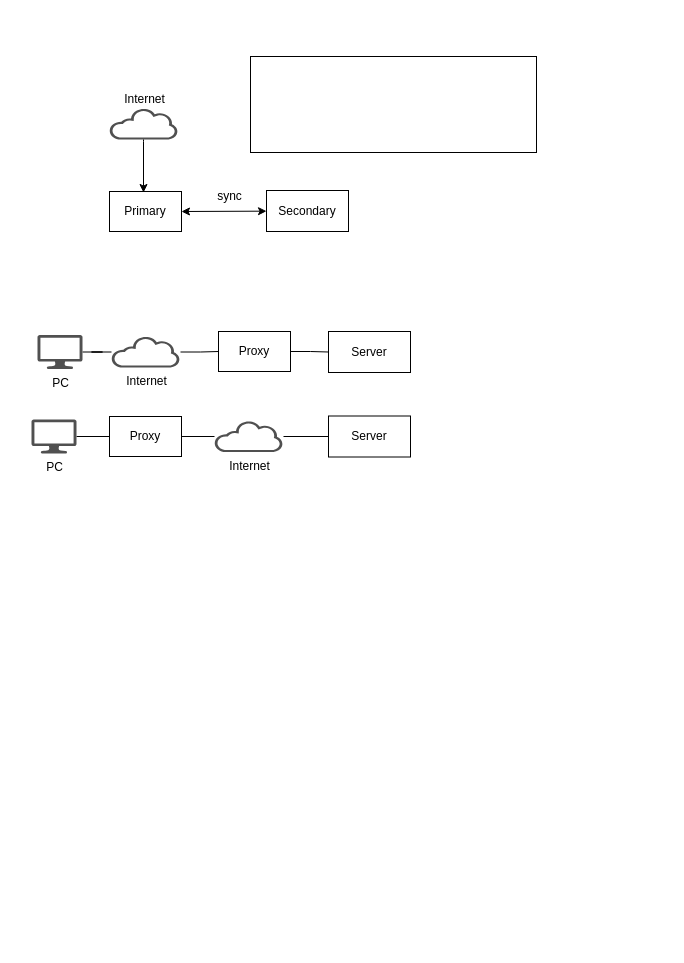
Above: 3wayhand.drawio in LILILI11/Diagram (draw.io), before the change. Source tidied: cells renumbered, new cells numbered last; positions are measured from the earlier drawing's top-left corner, leaving out a move shared by most shapes. Both pictures are drawn from the tidied source at 100%, with x=0, y=0 at pixel (31, 56).
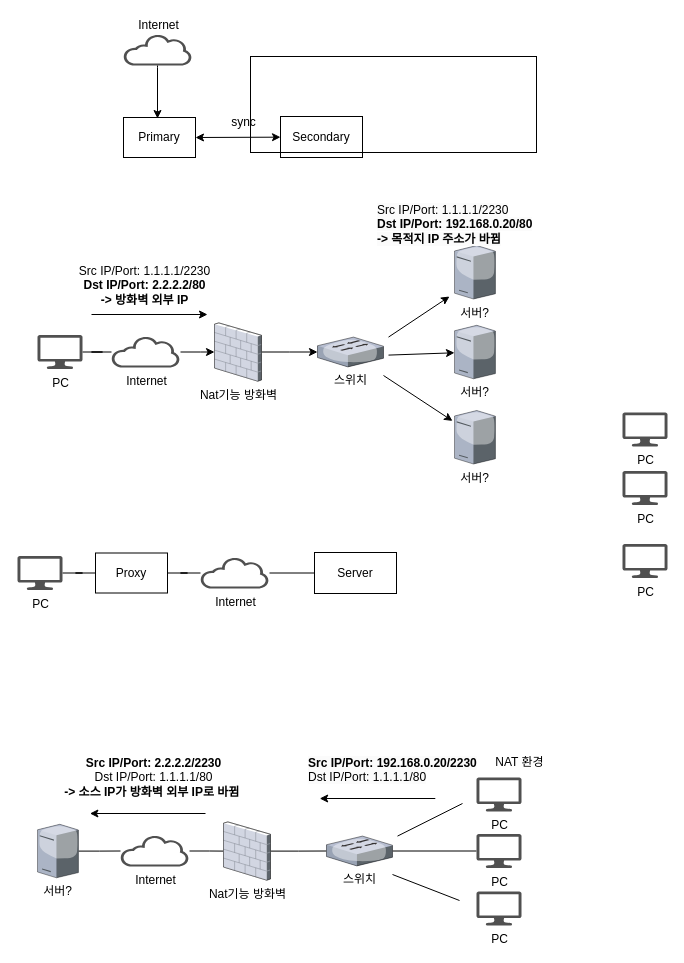
The same diagram, later.

The change refers to these unchanged cells:
```xml
<mxCell id="13" value="Internet" style="sketch=0;shadow=0;dashed=0;html=1;strokeColor=none;fillColor=#505050;labelPosition=center;verticalLabelPosition=bottom;outlineConnect=0;verticalAlign=top;align=center;shape=mxgraph.office.clouds.cloud;" parent="1" vertex="1">
  <mxGeometry x="80" y="280" width="69" height="31" as="geometry" />
</mxCell>
```

The edit, as a diff of the source:
```diff
@@
     <mxCell id="2" value="Primary" style="whiteSpace=wrap;html=1;" parent="1" vertex="1">
-      <mxGeometry x="78" y="135" width="72" height="40" as="geometry" />
+      <mxGeometry x="92" y="61" width="72" height="40" as="geometry" />
     </mxCell>
     <mxCell id="3" value="Secondary" style="whiteSpace=wrap;html=1;" parent="1" vertex="1">
-      <mxGeometry x="235" y="134" width="82" height="41" as="geometry" />
+      <mxGeometry x="249" y="60" width="82" height="41" as="geometry" />
     </mxCell>
@@
     <mxCell id="5" value="sync" style="text;html=1;align=center;verticalAlign=middle;strokeColor=none;fillColor=none;" parent="1" vertex="1">
-      <mxGeometry x="176" y="127" width="43" height="26" as="geometry" />
+      <mxGeometry x="190" y="53" width="43" height="26" as="geometry" />
     </mxCell>
     <mxCell id="6" value="Internet" style="sketch=0;shadow=0;dashed=0;html=1;strokeColor=none;fillColor=#505050;labelPosition=center;verticalLabelPosition=top;verticalAlign=bottom;align=center;shape=mxgraph.office.clouds.cloud;" parent="1" vertex="1">
-      <mxGeometry x="78" y="52" width="69" height="31" as="geometry" />
+      <mxGeometry x="92" y="-22" width="69" height="31" as="geometry" />
     </mxCell>
@@
     <mxCell id="8" style="endArrow=classic;html=1;rounded=0;" parent="1" edge="1">
       <mxGeometry relative="1" as="geometry">
-        <mxPoint x="112" y="83" as="sourcePoint" />
-        <mxPoint x="112" y="136" as="targetPoint" />
+        <mxPoint x="126" y="9" as="sourcePoint" />
+        <mxPoint x="126" y="62" as="targetPoint" />
         <Array as="points">
-          <mxPoint x="112" y="85" />
+          <mxPoint x="126" y="11" />
         </Array>
       </mxGeometry>
     </mxCell>
-    <mxCell id="9" style="edgeStyle=orthogonalEdgeStyle;rounded=0;jettySize=auto;html=1;endArrow=none;endFill=0;" parent="1" edge="1" source="10" target="11">
-      <mxGeometry relative="1" as="geometry" />
-    </mxCell>
-    <mxCell id="10" value="Proxy" style="whiteSpace=wrap;html=1;" parent="1" vertex="1">
-      <mxGeometry x="187" y="275" width="72" height="40" as="geometry" />
-    </mxCell>
-    <mxCell id="11" value="Server" style="whiteSpace=wrap;html=1;" parent="1" vertex="1">
-      <mxGeometry x="297" y="275" width="82" height="41" as="geometry" />
-    </mxCell>
-    <mxCell id="12" style="edgeStyle=orthogonalEdgeStyle;rounded=0;jettySize=auto;html=1;endArrow=none;endFill=0;" parent="1" edge="1" source="13" target="10">
-      <mxGeometry relative="1" as="geometry" />
-    </mxCell>
+    <mxCell id="23" style="edgeStyle=orthogonalEdgeStyle;rounded=0;jettySize=auto;html=1;" parent="1" edge="1" source="13" target="25">
+      <mxGeometry relative="1" as="geometry" />
+    </mxCell>
@@
     <mxCell id="15" value="Proxy" style="whiteSpace=wrap;html=1;" parent="1" vertex="1">
-      <mxGeometry x="78" y="360" width="72" height="40" as="geometry" />
+      <mxGeometry x="64" y="496.5" width="72" height="40" as="geometry" />
     </mxCell>
     <mxCell id="16" value="Server" style="whiteSpace=wrap;html=1;" parent="1" vertex="1">
-      <mxGeometry x="297" y="359.5" width="82" height="41" as="geometry" />
+      <mxGeometry x="283" y="496" width="82" height="41" as="geometry" />
     </mxCell>
@@
     <mxCell id="18" value="Internet" style="sketch=0;shadow=0;dashed=0;html=1;strokeColor=none;fillColor=#505050;labelPosition=center;verticalLabelPosition=bottom;outlineConnect=0;verticalAlign=top;align=center;shape=mxgraph.office.clouds.cloud;" parent="1" vertex="1">
-      <mxGeometry x="183" y="364.5" width="69" height="31" as="geometry" />
+      <mxGeometry x="169" y="501" width="69" height="31" as="geometry" />
     </mxCell>
@@
     <mxCell id="20" value="PC" style="sketch=0;shadow=0;dashed=0;html=1;strokeColor=none;fillColor=#505050;labelPosition=center;verticalLabelPosition=bottom;verticalAlign=top;outlineConnect=0;align=center;shape=mxgraph.office.devices.lcd_monitor;" parent="1" vertex="1">
-      <mxGeometry y="363" width="45" height="34" as="geometry" />
+      <mxGeometry x="-14" y="499.5" width="45" height="34" as="geometry" />
     </mxCell>
@@
+    <mxCell id="24" style="edgeStyle=orthogonalEdgeStyle;rounded=0;jettySize=auto;html=1;" parent="1" edge="1" source="25" target="26">
+      <mxGeometry relative="1" as="geometry" />
+    </mxCell>
+    <mxCell id="25" value="Nat기능 방화벽" style="verticalLabelPosition=bottom;sketch=0;html=1;verticalAlign=top;strokeColor=none;align=center;outlineConnect=0;shape=mxgraph.citrix.firewall;" parent="1" vertex="1">
+      <mxGeometry x="183" y="266.4" width="47" height="58.3" as="geometry" />
+    </mxCell>
+    <mxCell id="26" value="스위치" style="verticalLabelPosition=bottom;sketch=0;html=1;verticalAlign=top;strokeColor=none;align=center;outlineConnect=0;shape=mxgraph.citrix.switch;" parent="1" vertex="1">
+      <mxGeometry x="286" y="280.6" width="66" height="29.8" as="geometry" />
+    </mxCell>
+    <mxCell id="27" value="PC" style="sketch=0;shadow=0;dashed=0;html=1;strokeColor=none;fillColor=#505050;labelPosition=center;verticalLabelPosition=bottom;verticalAlign=top;align=center;shape=mxgraph.office.devices.lcd_monitor;" parent="1" vertex="1">
+      <mxGeometry x="591" y="414.5" width="45" height="34" as="geometry" />
+    </mxCell>
+    <mxCell id="28" value="PC" style="sketch=0;shadow=0;dashed=0;html=1;strokeColor=none;fillColor=#505050;labelPosition=center;verticalLabelPosition=bottom;verticalAlign=top;align=center;shape=mxgraph.office.devices.lcd_monitor;" parent="1" vertex="1">
+      <mxGeometry x="591" y="356" width="45" height="34" as="geometry" />
+    </mxCell>
+    <mxCell id="29" value="PC" style="sketch=0;shadow=0;dashed=0;html=1;strokeColor=none;fillColor=#505050;labelPosition=center;verticalLabelPosition=bottom;verticalAlign=top;align=center;shape=mxgraph.office.devices.lcd_monitor;" parent="1" vertex="1">
+      <mxGeometry x="591" y="487.5" width="45" height="34" as="geometry" />
+    </mxCell>
+    <mxCell id="30" value="서버?" style="verticalLabelPosition=bottom;sketch=0;html=1;verticalAlign=top;strokeColor=none;align=center;shape=mxgraph.citrix.tower_server;" parent="1" vertex="1">
+      <mxGeometry x="423" y="189" width="40.9" height="53.5" as="geometry" />
+    </mxCell>
+    <mxCell id="31" value="서버?" style="verticalLabelPosition=bottom;sketch=0;html=1;verticalAlign=top;strokeColor=none;align=center;outlineConnect=0;shape=mxgraph.citrix.tower_server;" parent="1" vertex="1">
+      <mxGeometry x="423" y="268.8" width="40.9" height="53.5" as="geometry" />
+    </mxCell>
+    <mxCell id="32" value="서버?" style="verticalLabelPosition=bottom;sketch=0;html=1;verticalAlign=top;strokeColor=none;align=center;shape=mxgraph.citrix.tower_server;" parent="1" vertex="1">
+      <mxGeometry x="423" y="354" width="40.9" height="53.5" as="geometry" />
+    </mxCell>
+    <mxCell id="33" style="endArrow=classic;html=1;rounded=0;" parent="1" edge="1">
+      <mxGeometry relative="1" as="geometry">
+        <mxPoint x="357" y="280.6" as="sourcePoint" />
+        <mxPoint x="418" y="240" as="targetPoint" />
+      </mxGeometry>
+    </mxCell>
+    <mxCell id="34" style="endArrow=classic;html=1;rounded=0;" parent="1" edge="1" target="31">
+      <mxGeometry relative="1" as="geometry">
+        <mxPoint x="357" y="298.6" as="sourcePoint" />
+      </mxGeometry>
+    </mxCell>
+    <mxCell id="35" style="endArrow=classic;html=1;rounded=0;" parent="1" edge="1">
+      <mxGeometry relative="1" as="geometry">
+        <mxPoint x="352" y="319" as="sourcePoint" />
+        <mxPoint x="421" y="364.4" as="targetPoint" />
+      </mxGeometry>
+    </mxCell>
+    <mxCell id="36" style="endArrow=classic;html=1;rounded=0;" parent="1" edge="1">
+      <mxGeometry relative="1" as="geometry">
+        <mxPoint x="60" y="258" as="sourcePoint" />
+        <mxPoint x="176" y="258" as="targetPoint" />
+      </mxGeometry>
+    </mxCell>
+    <mxCell id="37" value="Src IP/Port: 1.1.1.1/2230&lt;br&gt;&lt;b&gt;Dst IP/Port: 2.2.2.2/80&lt;br&gt;-&amp;gt; 방화벽 외부 IP&lt;/b&gt;" style="text;html=1;align=center;verticalAlign=middle;strokeColor=none;fillColor=none;" parent="1" vertex="1">
+      <mxGeometry x="38" y="201" width="149" height="55" as="geometry" />
+    </mxCell>
+    <mxCell id="38" value="&lt;span style=&quot;color: rgb(0, 0, 0); font-family: Helvetica; font-size: 12px; font-style: normal; font-variant-ligatures: normal; font-variant-caps: normal; font-weight: 400; letter-spacing: normal; orphans: 2; text-align: center; text-indent: 0px; text-transform: none; widows: 2; word-spacing: 0px; -webkit-text-stroke-width: 0px; background-color: rgb(251, 251, 251); text-decoration-thickness: initial; text-decoration-style: initial; text-decoration-color: initial; float: none; display: inline !important;&quot;&gt;Src IP/Port: 1.1.1.1/2230&lt;/span&gt;&lt;br style=&quot;border-color: var(--border-color); color: rgb(0, 0, 0); font-family: Helvetica; font-size: 12px; font-style: normal; font-variant-ligatures: normal; font-variant-caps: normal; font-weight: 400; letter-spacing: normal; orphans: 2; text-align: center; text-indent: 0px; text-transform: none; widows: 2; word-spacing: 0px; -webkit-text-stroke-width: 0px; background-color: rgb(251, 251, 251); text-decoration-thickness: initial; text-decoration-style: initial; text-decoration-color: initial;&quot;&gt;&lt;span style=&quot;color: rgb(0, 0, 0); font-family: Helvetica; font-size: 12px; font-style: normal; font-variant-ligatures: normal; font-variant-caps: normal; letter-spacing: normal; orphans: 2; text-align: center; text-indent: 0px; text-transform: none; widows: 2; word-spacing: 0px; -webkit-text-stroke-width: 0px; background-color: rgb(251, 251, 251); text-decoration-thickness: initial; text-decoration-style: initial; text-decoration-color: initial; float: none; display: inline !important;&quot;&gt;&lt;b&gt;Dst IP/Port: 192.168.0.20/80&lt;br&gt;-&amp;gt; 목적지 IP 주소가 바뀜&lt;/b&gt;&lt;br&gt;&lt;/span&gt;" style="text;whiteSpace=wrap;html=1;" parent="1" vertex="1">
+      <mxGeometry x="344" y="140" width="166" height="51" as="geometry" />
+    </mxCell>
+    <mxCell id="39" style="edgeStyle=orthogonalEdgeStyle;rounded=0;jettySize=auto;html=1;endArrow=none;endFill=0;" parent="1" edge="1" source="40" target="43">
+      <mxGeometry relative="1" as="geometry" />
+    </mxCell>
+    <mxCell id="40" value="Internet" style="sketch=0;shadow=0;dashed=0;html=1;strokeColor=none;fillColor=#505050;labelPosition=center;verticalLabelPosition=bottom;outlineConnect=0;verticalAlign=top;align=center;shape=mxgraph.office.clouds.cloud;" parent="1" vertex="1">
+      <mxGeometry x="89" y="779" width="69" height="31" as="geometry" />
+    </mxCell>
+    <mxCell id="41" value="PC" style="sketch=0;shadow=0;dashed=0;html=1;strokeColor=none;fillColor=#505050;labelPosition=center;verticalLabelPosition=bottom;verticalAlign=top;align=center;shape=mxgraph.office.devices.lcd_monitor;" parent="1" vertex="1">
+      <mxGeometry x="445" y="721" width="45" height="34" as="geometry" />
+    </mxCell>
+    <mxCell id="42" style="edgeStyle=orthogonalEdgeStyle;rounded=0;jettySize=auto;html=1;endArrow=none;endFill=0;" parent="1" edge="1" source="43" target="45">
+      <mxGeometry relative="1" as="geometry" />
+    </mxCell>
+    <mxCell id="43" value="Nat기능 방화벽" style="verticalLabelPosition=bottom;sketch=0;html=1;verticalAlign=top;strokeColor=none;align=center;outlineConnect=0;shape=mxgraph.citrix.firewall;" parent="1" vertex="1">
+      <mxGeometry x="192" y="765.4" width="47" height="58.3" as="geometry" />
+    </mxCell>
+    <mxCell id="44" style="edgeStyle=orthogonalEdgeStyle;rounded=0;jettySize=auto;html=1;endArrow=none;endFill=0;" parent="1" edge="1" source="45" target="54">
+      <mxGeometry relative="1" as="geometry" />
+    </mxCell>
+    <mxCell id="45" value="스위치" style="verticalLabelPosition=bottom;sketch=0;html=1;verticalAlign=top;strokeColor=none;align=center;outlineConnect=0;shape=mxgraph.citrix.switch;" parent="1" vertex="1">
+      <mxGeometry x="295" y="779.6" width="66" height="29.8" as="geometry" />
+    </mxCell>
+    <mxCell id="46" style="edgeStyle=orthogonalEdgeStyle;rounded=0;jettySize=auto;html=1;endArrow=none;endFill=0;" parent="1" edge="1" source="47" target="40">
+      <mxGeometry relative="1" as="geometry" />
+    </mxCell>
+    <mxCell id="47" value="서버?" style="verticalLabelPosition=bottom;sketch=0;html=1;verticalAlign=top;strokeColor=none;align=center;outlineConnect=0;shape=mxgraph.citrix.tower_server;" parent="1" vertex="1">
+      <mxGeometry x="6" y="767.8" width="40.9" height="53.5" as="geometry" />
+    </mxCell>
+    <mxCell id="48" style="endArrow=none;html=1;rounded=0;endFill=0;" parent="1" edge="1">
+      <mxGeometry relative="1" as="geometry">
+        <mxPoint x="366" y="779.6" as="sourcePoint" />
+        <mxPoint x="431" y="747" as="targetPoint" />
+      </mxGeometry>
+    </mxCell>
+    <mxCell id="49" style="endArrow=none;html=1;rounded=0;endFill=0;" parent="1" edge="1">
+      <mxGeometry relative="1" as="geometry">
+        <mxPoint x="361" y="818" as="sourcePoint" />
+        <mxPoint x="428" y="844" as="targetPoint" />
+      </mxGeometry>
+    </mxCell>
+    <mxCell id="50" style="endArrow=classic;html=1;rounded=0;" parent="1" edge="1">
+      <mxGeometry relative="1" as="geometry">
+        <mxPoint x="174" y="757" as="sourcePoint" />
+        <mxPoint x="58.4" y="757" as="targetPoint" />
+      </mxGeometry>
+    </mxCell>
+    <mxCell id="51" value="&lt;b&gt;Src IP/Port: 2.2.2.2/2230&lt;/b&gt;&lt;br style=&quot;border-color: var(--border-color);&quot;&gt;&lt;span style=&quot;border-color: var(--border-color);&quot;&gt;Dst IP/Port: 1.1.1.1/80&lt;br style=&quot;border-color: var(--border-color);&quot;&gt;&lt;b&gt;-&amp;gt; 소스 IP가 방화벽 외부 IP로 바뀜&amp;nbsp;&lt;/b&gt;&lt;/span&gt;" style="text;html=1;align=center;verticalAlign=middle;strokeColor=none;fillColor=none;" parent="1" vertex="1">
+      <mxGeometry x="18.9" y="693" width="207" height="55" as="geometry" />
+    </mxCell>
+    <mxCell id="52" value="&lt;span style=&quot;color: rgb(0, 0, 0); font-family: Helvetica; font-size: 12px; font-style: normal; font-variant-ligatures: normal; font-variant-caps: normal; letter-spacing: normal; orphans: 2; text-align: center; text-indent: 0px; text-transform: none; widows: 2; word-spacing: 0px; -webkit-text-stroke-width: 0px; background-color: rgb(251, 251, 251); text-decoration-thickness: initial; text-decoration-style: initial; text-decoration-color: initial; float: none; display: inline !important;&quot;&gt;&lt;b&gt;Src IP/Port: 192.168.0.20/2230&lt;/b&gt;&lt;/span&gt;&lt;br style=&quot;border-color: var(--border-color); color: rgb(0, 0, 0); font-family: Helvetica; font-size: 12px; font-style: normal; font-variant-ligatures: normal; font-variant-caps: normal; font-weight: 400; letter-spacing: normal; orphans: 2; text-align: center; text-indent: 0px; text-transform: none; widows: 2; word-spacing: 0px; -webkit-text-stroke-width: 0px; background-color: rgb(251, 251, 251); text-decoration-thickness: initial; text-decoration-style: initial; text-decoration-color: initial;&quot;&gt;&lt;span style=&quot;color: rgb(0, 0, 0); font-family: Helvetica; font-size: 12px; font-style: normal; font-variant-ligatures: normal; font-variant-caps: normal; letter-spacing: normal; orphans: 2; text-align: center; text-indent: 0px; text-transform: none; widows: 2; word-spacing: 0px; -webkit-text-stroke-width: 0px; background-color: rgb(251, 251, 251); text-decoration-thickness: initial; text-decoration-style: initial; text-decoration-color: initial; float: none; display: inline !important;&quot;&gt;Dst IP/Port: 1.1.1.1/80&lt;br&gt;&lt;/span&gt;" style="text;whiteSpace=wrap;html=1;" parent="1" vertex="1">
+      <mxGeometry x="275" y="693" width="174" height="51" as="geometry" />
+    </mxCell>
+    <mxCell id="53" value="PC" style="sketch=0;shadow=0;dashed=0;html=1;strokeColor=none;fillColor=#505050;labelPosition=center;verticalLabelPosition=bottom;verticalAlign=top;align=center;shape=mxgraph.office.devices.lcd_monitor;" parent="1" vertex="1">
+      <mxGeometry x="445" y="835" width="45" height="34" as="geometry" />
+    </mxCell>
+    <mxCell id="54" value="PC" style="sketch=0;shadow=0;dashed=0;html=1;strokeColor=none;fillColor=#505050;labelPosition=center;verticalLabelPosition=bottom;verticalAlign=top;outlineConnect=0;align=center;shape=mxgraph.office.devices.lcd_monitor;" parent="1" vertex="1">
+      <mxGeometry x="445" y="777.5" width="45" height="34" as="geometry" />
+    </mxCell>
+    <mxCell id="55" style="endArrow=classic;html=1;rounded=0;" parent="1" edge="1">
+      <mxGeometry relative="1" as="geometry">
+        <mxPoint x="403.8" y="742" as="sourcePoint" />
+        <mxPoint x="288.2" y="742" as="targetPoint" />
+      </mxGeometry>
+    </mxCell>
+    <mxCell id="56" value="NAT 환경" style="text;html=1;align=center;verticalAlign=middle;strokeColor=none;fillColor=none;" parent="1" vertex="1">
+      <mxGeometry x="454" y="693" width="68" height="26" as="geometry" />
+    </mxCell>
```
